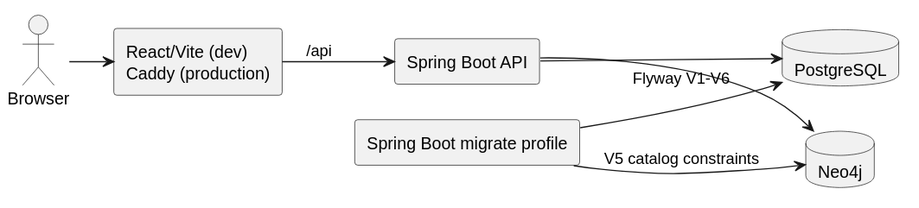
Above: documents/diagrams/runtime-topology.svg in SEP490-Fall-2026-GFA26SE64/SEP490 (PlantUML), before the change.
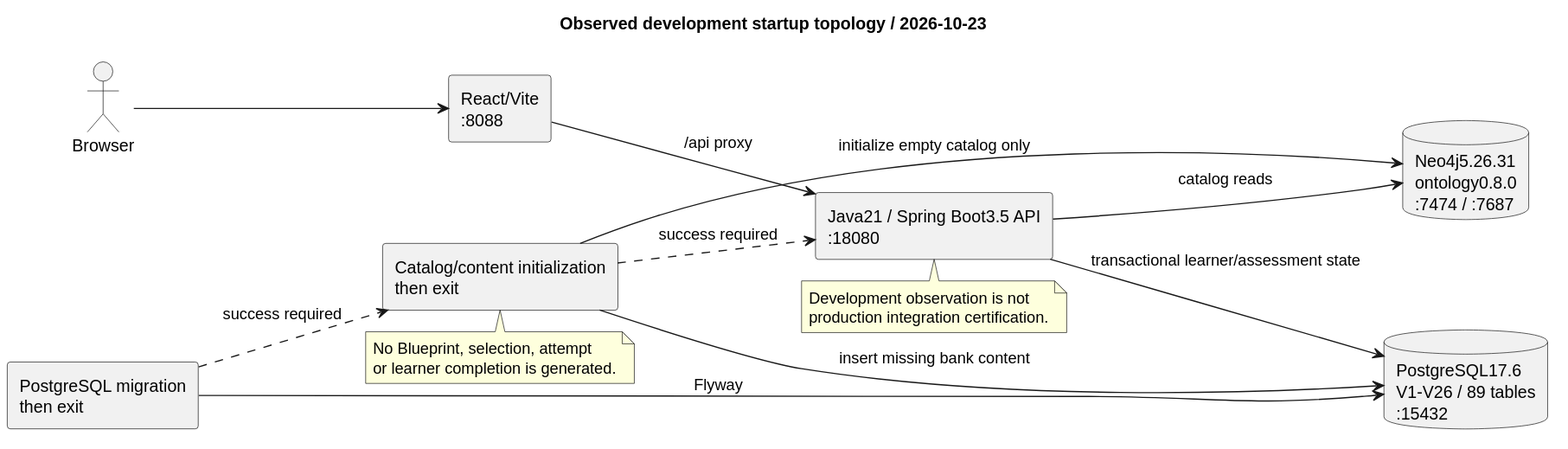
After the commit.

Change to the diagram source:
```diff
@@ -3,18 +3,29 @@
 left to right direction
 skinparam componentStyle rectangle
 skinparam shadowing false
-
+title Observed development startup topology / 2026-10-23
 actor Browser
-component "React/Vite (dev)\nCaddy (production)" as Web
-component "Spring Boot API" as API
-component "Spring Boot migrate profile" as Migrate
-database "PostgreSQL" as PG
-database "Neo4j" as Graph
-
+component "React/Vite\n:8088" as Web
+component "Java21 / Spring Boot3.5 API\n:18080" as API
+component "PostgreSQL migration\nthen exit" as Migrate
+component "Catalog/content initialization\nthen exit" as Seed
+database "PostgreSQL17.6\nV1-V26 / 89 tables\n:15432" as PG
+database "Neo4j5.26.31\nontology0.8.0\n:7474 / :7687" as Graph
 Browser --> Web
-Web --> API : /api
-API --> PG
-API --> Graph
-Migrate --> PG : Flyway V1-V6
-Migrate --> Graph : V5 catalog constraints
+Web --> API : /api proxy
+Migrate --> PG : Flyway
+Migrate ..> Seed : success required
+Seed --> Graph : initialize empty catalog only
+Seed --> PG : insert missing bank content
+Seed ..> API : success required
+API --> PG : transactional learner/assessment state
+API --> Graph : catalog reads
+note bottom of Seed
+No Blueprint, selection, attempt
+or learner completion is generated.
+end note
+note bottom of API
+Development observation is not
+production integration certification.
+end note
 @enduml
```
